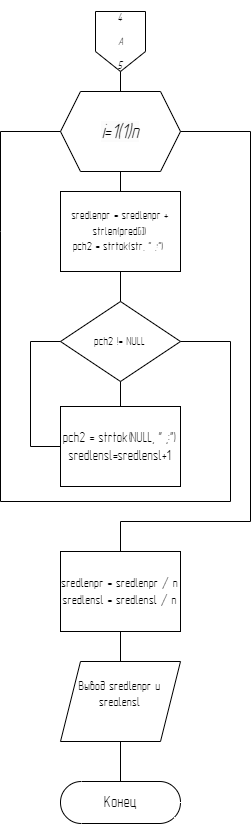
This is Lab_VP5_2_2.png from KirillBaboshko/LaB_VP5, a draw.io export, as it was before one commit. Source tidied: cells renumbered, new cells last; positions are measured from the earlier drawing's top-left corner, leaving out a move shared by most shapes.
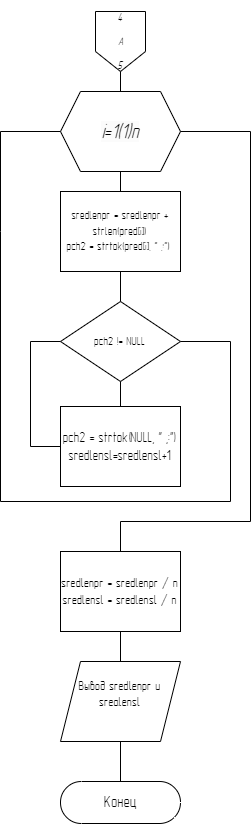
After the commit.

Diff of the diagram source:
```diff
@@ -25,7 +25,7 @@
         </Array>
       </mxGeometry>
     </mxCell>
-    <mxCell id="8" value="&lt;div style=&quot;&quot;&gt;&lt;div style=&quot;&quot;&gt;&lt;div&gt;&lt;font face=&quot;GOST Type A&quot;&gt;sredlenpr = sredlenpr&lt;span style=&quot;background-color: initial;&quot;&gt;&amp;nbsp;+ strlen(pred[i])&lt;/span&gt;&lt;/font&gt;&lt;/div&gt;&lt;div&gt;&lt;font face=&quot;GOST Type A&quot;&gt;pch2 = strtok(str, &quot; ,:&quot;)&amp;nbsp;&lt;/font&gt;&lt;/div&gt;&lt;/div&gt;&lt;/div&gt;" style="rounded=0;whiteSpace=wrap;html=1;" parent="1" vertex="1">
+    <mxCell id="8" value="&lt;div style=&quot;&quot;&gt;&lt;div style=&quot;&quot;&gt;&lt;div&gt;&lt;font face=&quot;GOST Type A&quot;&gt;sredlenpr = sredlenpr&lt;span style=&quot;background-color: initial;&quot;&gt;&amp;nbsp;+ strlen(pred[i])&lt;/span&gt;&lt;/font&gt;&lt;/div&gt;&lt;div&gt;&lt;font face=&quot;GOST Type A&quot;&gt;pch2 = strtok(pred[i], &quot; ,:&quot;)&amp;nbsp;&lt;/font&gt;&lt;/div&gt;&lt;/div&gt;&lt;/div&gt;" style="rounded=0;whiteSpace=wrap;html=1;" parent="1" vertex="1">
       <mxGeometry x="60" y="180" width="120" height="80" as="geometry" />
     </mxCell>
     <mxCell id="9" value="&lt;font face=&quot;GOST Type A&quot;&gt;pch2 != NULL&lt;/font&gt;" style="rhombus;whiteSpace=wrap;html=1;" parent="1" vertex="1">
```
